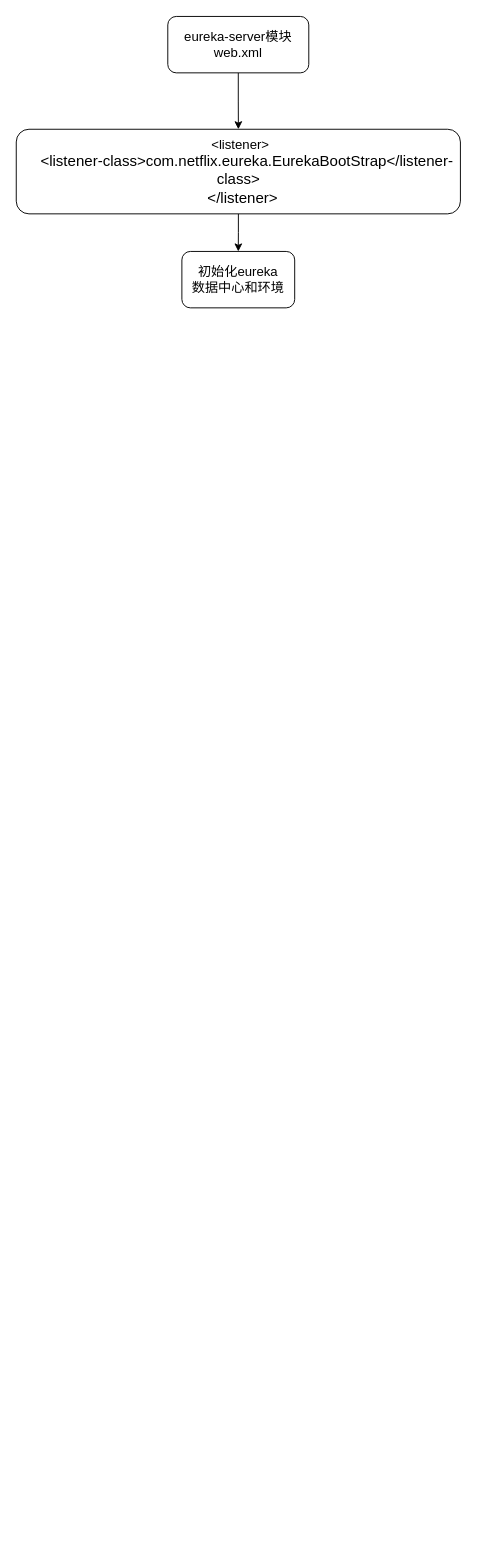
Earlier version of the draw.io diagram SpringCloud/儒猿/1.EurekaServer启动流程.drawio (liu911025/draw). Source tidied: cells renumbered, new cells numbered last; positions are measured from the earlier drawing's top-left corner, leaving out a move shared by most shapes. Both pictures are drawn from the tidied source at 94%, with x=0, y=0 at pixel (16, 16).
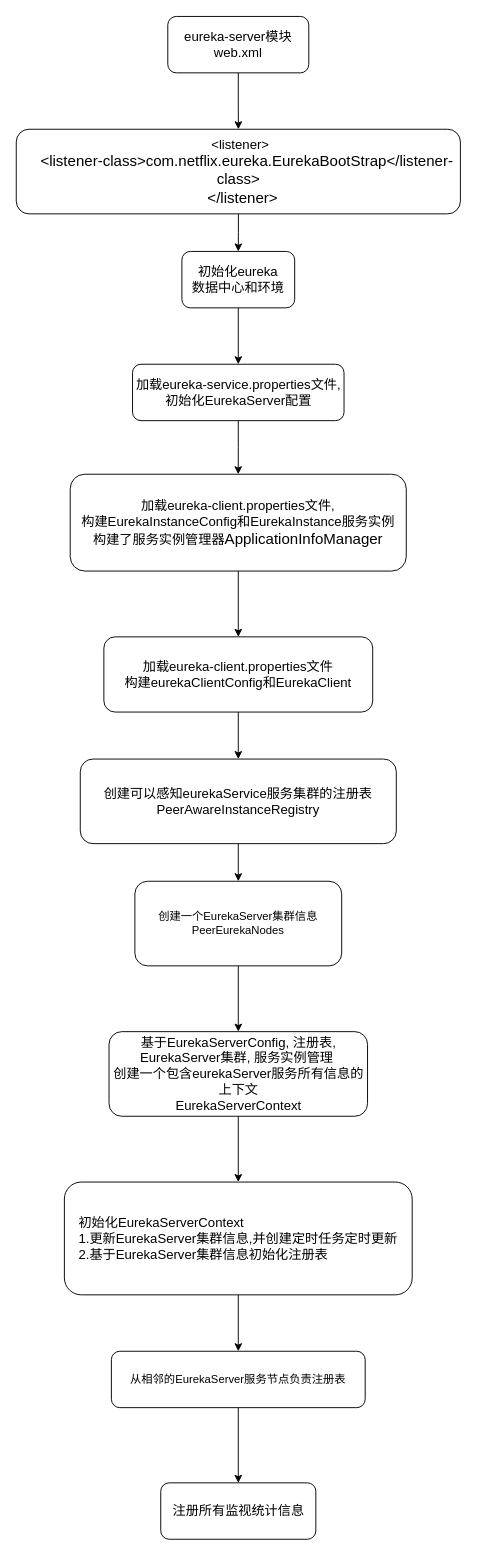
The same diagram, later.

Unchanged cells that the change refers to:
```xml
<mxCell id="6" value="&lt;font style=&quot;font-size: 14px&quot;&gt;初始化eureka&lt;br&gt;数据中心和环境&lt;/font&gt;" style="rounded=1;whiteSpace=wrap;html=1;" parent="1" vertex="1">
  <mxGeometry x="176" y="250" width="120" height="60" as="geometry" />
</mxCell>
```

Diff of the diagram source:
```diff
@@
+    <mxCell id="7" style="edgeStyle=orthogonalEdgeStyle;rounded=0;jettySize=auto;html=1;entryX=0.5;entryY=0;entryDx=0;entryDy=0;" parent="1" edge="1" source="6" target="9">
+      <mxGeometry relative="1" as="geometry" />
+    </mxCell>
@@
+    <mxCell id="8" style="edgeStyle=orthogonalEdgeStyle;rounded=0;jettySize=auto;html=1;entryX=0.5;entryY=0;entryDx=0;entryDy=0;" parent="1" edge="1" source="9" target="11">
+      <mxGeometry relative="1" as="geometry" />
+    </mxCell>
+    <mxCell id="9" value="&lt;font style=&quot;font-size: 14px&quot;&gt;加载eureka-service.properties文件,初始化EurekaServer配置&lt;/font&gt;" style="rounded=1;whiteSpace=wrap;html=1;" parent="1" vertex="1">
+      <mxGeometry x="123.5" y="370" width="225" height="60" as="geometry" />
+    </mxCell>
+    <mxCell id="10" style="edgeStyle=orthogonalEdgeStyle;rounded=0;jettySize=auto;html=1;" parent="1" edge="1" source="11" target="13">
+      <mxGeometry relative="1" as="geometry" />
+    </mxCell>
+    <mxCell id="11" value="&lt;font style=&quot;font-size: 14px&quot;&gt;加载eureka-client.properties文件,&lt;br&gt;构建EurekaInstanceConfig和EurekaInstance服务实例&lt;br&gt;构建了服务实例管理器&lt;/font&gt;&lt;span style=&quot;background-color: rgb(255 , 255 , 255) ; font-size: 12pt&quot;&gt;ApplicationInfoManager&lt;/span&gt;" style="rounded=1;whiteSpace=wrap;html=1;" parent="1" vertex="1">
+      <mxGeometry x="57.2" y="487" width="357.5" height="103" as="geometry" />
+    </mxCell>
+    <mxCell id="12" style="edgeStyle=orthogonalEdgeStyle;rounded=0;jettySize=auto;html=1;entryX=0.5;entryY=0;entryDx=0;entryDy=0;" parent="1" edge="1" source="13" target="15">
+      <mxGeometry relative="1" as="geometry" />
+    </mxCell>
+    <mxCell id="13" value="&lt;font style=&quot;font-size: 14px&quot;&gt;加载eureka-client.properties文件&lt;br&gt;构建eurekaClientConfig和EurekaClient&lt;/font&gt;" style="rounded=1;whiteSpace=wrap;html=1;" parent="1" vertex="1">
+      <mxGeometry x="93" y="660" width="286" height="80" as="geometry" />
+    </mxCell>
+    <mxCell id="14" style="edgeStyle=orthogonalEdgeStyle;rounded=0;jettySize=auto;html=1;" parent="1" edge="1" source="15" target="17">
+      <mxGeometry relative="1" as="geometry" />
+    </mxCell>
+    <mxCell id="15" value="&lt;font&gt;&lt;span style=&quot;font-size: 14px&quot;&gt;创建可以感知eurekaService服务集群的注册表&lt;/span&gt;&lt;br&gt;&lt;span style=&quot;font-size: 14px&quot;&gt;PeerAwareInstanceRegistry&lt;/span&gt;&lt;br&gt;&lt;/font&gt;" style="rounded=1;whiteSpace=wrap;html=1;" parent="1" vertex="1">
+      <mxGeometry x="67.9" y="790" width="336.2" height="90" as="geometry" />
+    </mxCell>
+    <mxCell id="16" style="edgeStyle=orthogonalEdgeStyle;rounded=0;jettySize=auto;html=1;entryX=0.5;entryY=0;entryDx=0;entryDy=0;" parent="1" edge="1" source="17" target="19">
+      <mxGeometry relative="1" as="geometry" />
+    </mxCell>
+    <mxCell id="17" value="创建一个EurekaServer集群信息&lt;br&gt;PeerEurekaNodes" style="rounded=1;whiteSpace=wrap;html=1;" parent="1" vertex="1">
+      <mxGeometry x="126" y="920" width="220" height="90" as="geometry" />
+    </mxCell>
+    <mxCell id="18" style="edgeStyle=orthogonalEdgeStyle;rounded=0;jettySize=auto;html=1;" parent="1" edge="1" source="19" target="24">
+      <mxGeometry relative="1" as="geometry" />
+    </mxCell>
+    <mxCell id="19" value="&lt;font style=&quot;font-size: 14px&quot;&gt;基于EurekaServerConfig, 注册表, EurekaServer集群, 服务实例管理&amp;nbsp;&lt;br&gt;创建一个包含eurekaServer服务所有信息的上下文&lt;br&gt;EurekaServerContext&lt;/font&gt;" style="rounded=1;whiteSpace=wrap;html=1;" parent="1" vertex="1">
+      <mxGeometry x="98.5" y="1080" width="275" height="90" as="geometry" />
+    </mxCell>
+    <mxCell id="20" style="edgeStyle=orthogonalEdgeStyle;rounded=0;jettySize=auto;html=1;" parent="1" edge="1" source="21" target="22">
+      <mxGeometry relative="1" as="geometry" />
+    </mxCell>
+    <mxCell id="21" value="从相邻的EurekaServer服务节点负责注册表" style="rounded=1;whiteSpace=wrap;html=1;" parent="1" vertex="1">
+      <mxGeometry x="101" y="1420" width="270" height="60" as="geometry" />
+    </mxCell>
+    <mxCell id="22" value="&lt;font style=&quot;font-size: 14px&quot;&gt;注册所有监视统计信息&lt;/font&gt;" style="rounded=1;whiteSpace=wrap;html=1;" parent="1" vertex="1">
+      <mxGeometry x="153.5" y="1560" width="165" height="60" as="geometry" />
+    </mxCell>
+    <mxCell id="23" style="edgeStyle=orthogonalEdgeStyle;rounded=0;jettySize=auto;html=1;entryX=0.5;entryY=0;entryDx=0;entryDy=0;" parent="1" edge="1" source="24" target="21">
+      <mxGeometry relative="1" as="geometry" />
+    </mxCell>
+    <mxCell id="24" value="&lt;div style=&quot;text-align: left&quot;&gt;&lt;span style=&quot;font-size: 14px&quot;&gt;初始化EurekaServerContext&lt;/span&gt;&lt;/div&gt;&lt;font style=&quot;font-size: 14px&quot;&gt;&lt;div style=&quot;text-align: left&quot;&gt;&lt;span&gt;1.更新EurekaServer集群信息,并创建定时任务定时更新&lt;/span&gt;&lt;/div&gt;&lt;div style=&quot;text-align: left&quot;&gt;&lt;span&gt;2.基于EurekaServer集群信息初始化注册表&lt;/span&gt;&lt;/div&gt;&lt;/font&gt;" style="rounded=1;whiteSpace=wrap;html=1;" parent="1" vertex="1">
+      <mxGeometry x="51" y="1240" width="370" height="120" as="geometry" />
+    </mxCell>
```
